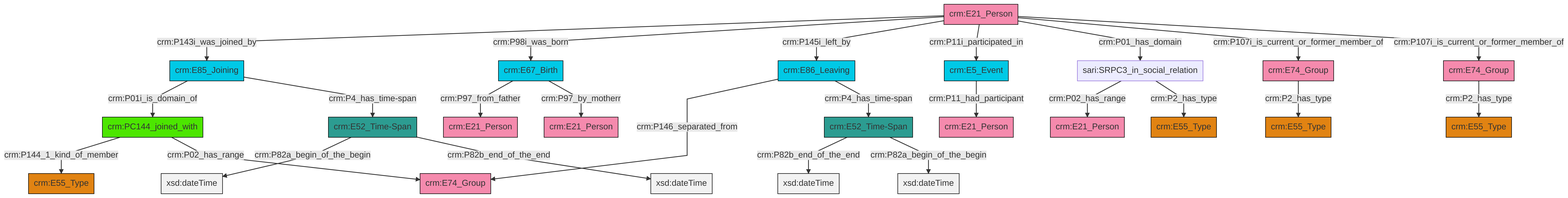
Above: et/personCSV/ttl/mmd/png/Person_Actor_Relations.png in swiss-art-research-net/reference-data-models (Mermaid), before the change. Its source is kept beside it as et/personCSV/ttl/mmd/Person_Actor_Relations.ttl.mmd.
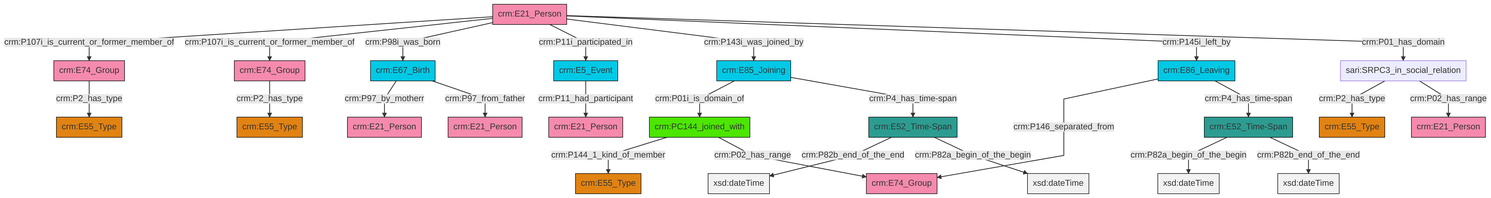
The same diagram one commit later.

Diff of the diagram source:
```diff
@@ -13,27 +13,27 @@
 classDef PC_Classes fill:#4ce600, stroke:#000000;
 classDef Multi fill:#cccccc,stroke:#000000;
 
-0["crm:E21_Person"]:::Actor -->|crm:P143i_was_joined_by| 1["crm:E85_Joining"]:::Temporal_Entity
-6["crm:E52_Time-Span"]:::Time-Span -->|crm:P82b_end_of_the_end| 7[xsd:dateTime]:::Literal
-0["crm:E21_Person"]:::Actor -->|crm:P98i_was_born| 8["crm:E67_Birth"]:::Temporal_Entity
-9["crm:E74_Group"]:::Actor -->|crm:P2_has_type| 10["crm:E55_Type"]:::Type
-11["crm:E52_Time-Span"]:::Time-Span -->|crm:P82a_begin_of_the_begin| 12[xsd:dateTime]:::Literal
-13["sari:SRPC3_in_social_relation"]:::Default -->|crm:P02_has_range| 14["crm:E21_Person"]:::Actor
-1["crm:E85_Joining"]:::Temporal_Entity -->|crm:P01i_is_domain_of| 15["crm:PC144_joined_with"]:::PC_Classes
-8["crm:E67_Birth"]:::Temporal_Entity -->|crm:P97_from_father| 2["crm:E21_Person"]:::Actor
-6["crm:E52_Time-Span"]:::Time-Span -->|crm:P82a_begin_of_the_begin| 18[xsd:dateTime]:::Literal
-13["sari:SRPC3_in_social_relation"]:::Default -->|crm:P2_has_type| 19["crm:E55_Type"]:::Type
-0["crm:E21_Person"]:::Actor -->|crm:P145i_left_by| 4["crm:E86_Leaving"]:::Temporal_Entity
-20["crm:E5_Event"]:::Temporal_Entity -->|crm:P11_had_participant| 16["crm:E21_Person"]:::Actor
-8["crm:E67_Birth"]:::Temporal_Entity -->|crm:P97_by_motherr| 22["crm:E21_Person"]:::Actor
-0["crm:E21_Person"]:::Actor -->|crm:P11i_participated_in| 20["crm:E5_Event"]:::Temporal_Entity
-15["crm:PC144_joined_with"]:::PC_Classes -->|crm:P144_1_kind_of_member| 24["crm:E55_Type"]:::Type
-0["crm:E21_Person"]:::Actor -->|crm:P01_has_domain| 13["sari:SRPC3_in_social_relation"]:::Default
-11["crm:E52_Time-Span"]:::Time-Span -->|crm:P82b_end_of_the_end| 36[xsd:dateTime]:::Literal
-39["crm:E74_Group"]:::Actor -->|crm:P2_has_type| 32["crm:E55_Type"]:::Type
-1["crm:E85_Joining"]:::Temporal_Entity -->|crm:P4_has_time-span| 11["crm:E52_Time-Span"]:::Time-Span
-0["crm:E21_Person"]:::Actor -->|crm:P107i_is_current_or_former_member_of| 9["crm:E74_Group"]:::Actor
-4["crm:E86_Leaving"]:::Temporal_Entity -->|crm:P146_separated_from| 28["crm:E74_Group"]:::Actor
-4["crm:E86_Leaving"]:::Temporal_Entity -->|crm:P4_has_time-span| 6["crm:E52_Time-Span"]:::Time-Span
-0["crm:E21_Person"]:::Actor -->|crm:P107i_is_current_or_former_member_of| 39["crm:E74_Group"]:::Actor
-15["crm:PC144_joined_with"]:::PC_Classes -->|crm:P02_has_range| 28["crm:E74_Group"]:::Actor
+2["crm:E86_Leaving"]:::Temporal_Entity -->|crm:P146_separated_from| 3["crm:E74_Group"]:::Actor
+4["crm:E52_Time-Span"]:::Time-Span -->|crm:P82b_end_of_the_end| 5[xsd:dateTime]:::Literal
+7["crm:E21_Person"]:::Actor -->|crm:P107i_is_current_or_former_member_of| 8["crm:E74_Group"]:::Actor
+8["crm:E74_Group"]:::Actor -->|crm:P2_has_type| 9["crm:E55_Type"]:::Type
+7["crm:E21_Person"]:::Actor -->|crm:P107i_is_current_or_former_member_of| 19["crm:E74_Group"]:::Actor
+20["crm:E67_Birth"]:::Temporal_Entity -->|crm:P97_by_motherr| 21["crm:E21_Person"]:::Actor
+22["crm:E85_Joining"]:::Temporal_Entity -->|crm:P01i_is_domain_of| 12["crm:PC144_joined_with"]:::PC_Classes
+12["crm:PC144_joined_with"]:::PC_Classes -->|crm:P144_1_kind_of_member| 0["crm:E55_Type"]:::Type
+2["crm:E86_Leaving"]:::Temporal_Entity -->|crm:P4_has_time-span| 28["crm:E52_Time-Span"]:::Time-Span
+7["crm:E21_Person"]:::Actor -->|crm:P98i_was_born| 20["crm:E67_Birth"]:::Temporal_Entity
+7["crm:E21_Person"]:::Actor -->|crm:P11i_participated_in| 26["crm:E5_Event"]:::Temporal_Entity
+20["crm:E67_Birth"]:::Temporal_Entity -->|crm:P97_from_father| 32["crm:E21_Person"]:::Actor
+10["sari:SRPC3_in_social_relation"]:::Default -->|crm:P2_has_type| 14["crm:E55_Type"]:::Type
+7["crm:E21_Person"]:::Actor -->|crm:P143i_was_joined_by| 22["crm:E85_Joining"]:::Temporal_Entity
+22["crm:E85_Joining"]:::Temporal_Entity -->|crm:P4_has_time-span| 4["crm:E52_Time-Span"]:::Time-Span
+12["crm:PC144_joined_with"]:::PC_Classes -->|crm:P02_has_range| 3["crm:E74_Group"]:::Actor
+19["crm:E74_Group"]:::Actor -->|crm:P2_has_type| 30["crm:E55_Type"]:::Type
+7["crm:E21_Person"]:::Actor -->|crm:P145i_left_by| 2["crm:E86_Leaving"]:::Temporal_Entity
+7["crm:E21_Person"]:::Actor -->|crm:P01_has_domain| 10["sari:SRPC3_in_social_relation"]:::Default
+26["crm:E5_Event"]:::Temporal_Entity -->|crm:P11_had_participant| 36["crm:E21_Person"]:::Actor
+28["crm:E52_Time-Span"]:::Time-Span -->|crm:P82a_begin_of_the_begin| 42[xsd:dateTime]:::Literal
+4["crm:E52_Time-Span"]:::Time-Span -->|crm:P82a_begin_of_the_begin| 45[xsd:dateTime]:::Literal
+10["sari:SRPC3_in_social_relation"]:::Default -->|crm:P02_has_range| 16["crm:E21_Person"]:::Actor
+28["crm:E52_Time-Span"]:::Time-Span -->|crm:P82b_end_of_the_end| 46[xsd:dateTime]:::Literal
```
